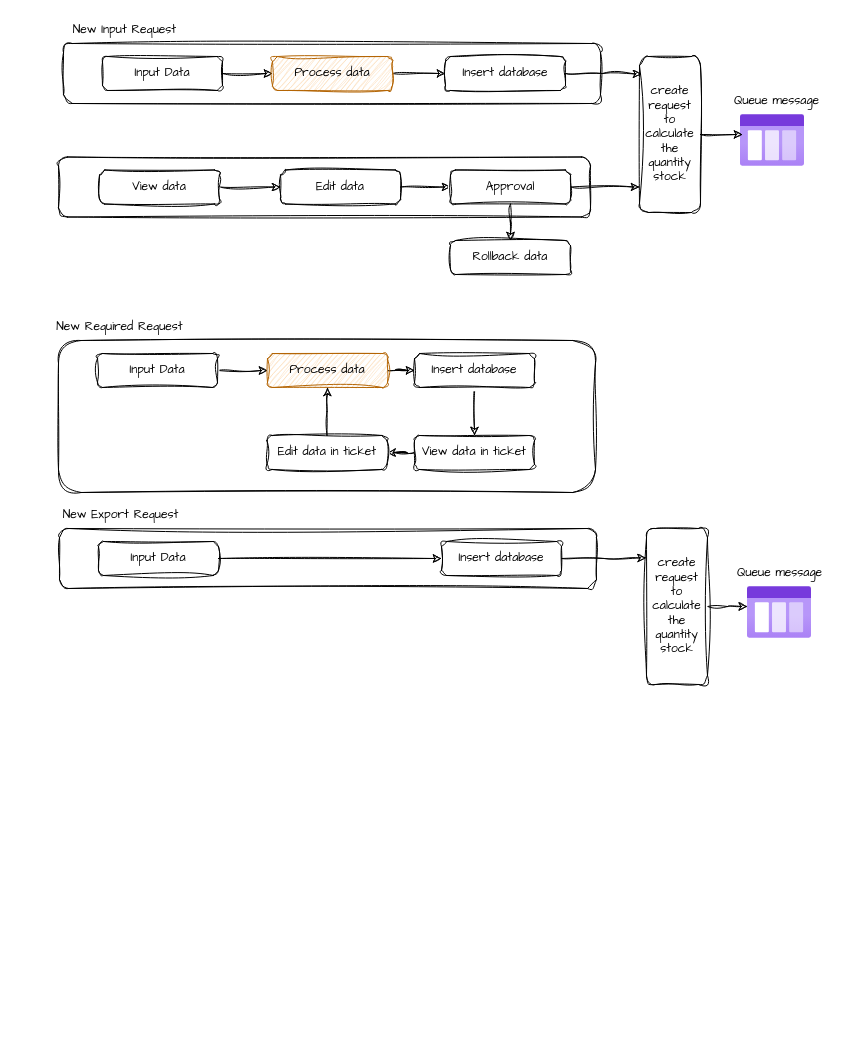
The draw.io diagram page "Tazmo Mechanism" (6 of 7) of Sketchs/MySketch.drawio in DataTeamBP/MyDrawIO, before the edit. Source tidied: cells renumbered, new cells numbered last; positions are measured from the earlier drawing's top-left corner, leaving out a move shared by most shapes. Both pictures are drawn from the tidied source at 100%, with x=0, y=0 at pixel (47, 17).
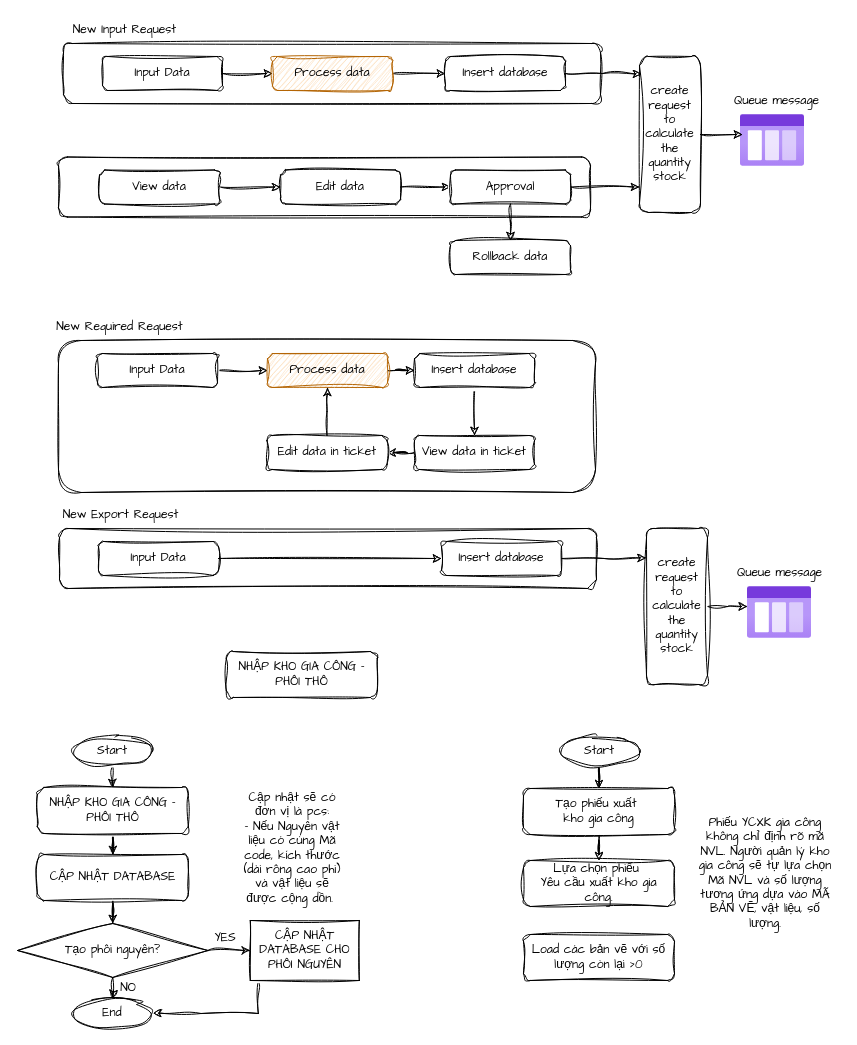
The same diagram, later.

Change to the diagram source:
```diff
@@
+    <mxCell id="45" style="edgeStyle=orthogonalEdgeStyle;rounded=0;sketch=1;hachureGap=4;jiggle=2;curveFitting=1;jettySize=auto;html=1;fontFamily=Architects Daughter;" parent="1" edge="1" source="46" target="66">
+      <mxGeometry relative="1" as="geometry" />
+    </mxCell>
+    <mxCell id="46" value="Tạo phiếu xuất&amp;nbsp;&lt;div&gt;kho gia công&lt;/div&gt;" style="rounded=1;whiteSpace=wrap;html=1;sketch=1;hachureGap=4;jiggle=2;curveFitting=1;fontFamily=Architects Daughter;" parent="1" vertex="1">
+      <mxGeometry x="476" y="771" width="151" height="46" as="geometry" />
+    </mxCell>
+    <mxCell id="47" style="edgeStyle=orthogonalEdgeStyle;rounded=0;sketch=1;hachureGap=4;jiggle=2;curveFitting=1;jettySize=auto;html=1;entryX=0.5;entryY=0;entryDx=0;entryDy=0;fontFamily=Architects Daughter;" parent="1" edge="1" source="48" target="54">
+      <mxGeometry relative="1" as="geometry" />
+    </mxCell>
+    <mxCell id="48" value="NHẬP KHO GIA CÔNG - PHÔI THÔ" style="rounded=1;whiteSpace=wrap;html=1;sketch=1;hachureGap=4;jiggle=2;curveFitting=1;fontFamily=Architects Daughter;" parent="1" vertex="1">
+      <mxGeometry x="-10.2" y="770" width="151" height="46" as="geometry" />
+    </mxCell>
+    <mxCell id="49" value="NHẬP KHO GIA CÔNG - PHÔI THÔ" style="rounded=1;whiteSpace=wrap;html=1;sketch=1;hachureGap=4;jiggle=2;curveFitting=1;fontFamily=Architects Daughter;" parent="1" vertex="1">
+      <mxGeometry x="178.8" y="634" width="151" height="46" as="geometry" />
+    </mxCell>
+    <mxCell id="50" style="edgeStyle=orthogonalEdgeStyle;rounded=0;sketch=1;hachureGap=4;jiggle=2;curveFitting=1;jettySize=auto;html=1;fontFamily=Architects Daughter;" parent="1" edge="1" source="52" target="56">
+      <mxGeometry relative="1" as="geometry" />
+    </mxCell>
+    <mxCell id="51" style="edgeStyle=orthogonalEdgeStyle;rounded=0;sketch=1;hachureGap=4;jiggle=2;curveFitting=1;jettySize=auto;html=1;fontFamily=Architects Daughter;" parent="1" edge="1" source="52" target="57">
+      <mxGeometry relative="1" as="geometry" />
+    </mxCell>
+    <mxCell id="52" value="Tạo phôi nguyên?" style="rhombus;whiteSpace=wrap;html=1;sketch=1;hachureGap=4;jiggle=2;curveFitting=1;fontFamily=Architects Daughter;" parent="1" vertex="1">
+      <mxGeometry x="-30" y="906" width="190.5" height="54" as="geometry" />
+    </mxCell>
+    <mxCell id="53" style="edgeStyle=orthogonalEdgeStyle;rounded=0;sketch=1;hachureGap=4;jiggle=2;curveFitting=1;jettySize=auto;html=1;entryX=0.5;entryY=0;entryDx=0;entryDy=0;fontFamily=Architects Daughter;" parent="1" edge="1" source="54" target="52">
+      <mxGeometry relative="1" as="geometry" />
+    </mxCell>
+    <mxCell id="54" value="CẬP NHẬT DATABASE" style="rounded=1;whiteSpace=wrap;html=1;sketch=1;hachureGap=4;jiggle=2;curveFitting=1;fontFamily=Architects Daughter;" parent="1" vertex="1">
+      <mxGeometry x="-10.2" y="837" width="151" height="46" as="geometry" />
+    </mxCell>
+    <mxCell id="55" style="edgeStyle=orthogonalEdgeStyle;rounded=0;sketch=1;hachureGap=4;jiggle=2;curveFitting=1;jettySize=auto;html=1;entryX=1;entryY=0.5;entryDx=0;entryDy=0;fontFamily=Architects Daughter;" parent="1" edge="1" source="56" target="57">
+      <mxGeometry relative="1" as="geometry">
+        <Array as="points">
+          <mxPoint x="210.8" y="996" />
+          <mxPoint x="153.8" y="996" />
+        </Array>
+      </mxGeometry>
+    </mxCell>
+    <mxCell id="56" value="CẬP NHẬT DATABASE CHO PHÔI NGUYÊN" style="whiteSpace=wrap;html=1;fontFamily=Architects Daughter;sketch=1;hachureGap=4;jiggle=2;curveFitting=1;" parent="1" vertex="1">
+      <mxGeometry x="202.8" y="903" width="109" height="60" as="geometry" />
+    </mxCell>
+    <mxCell id="57" value="End" style="ellipse;whiteSpace=wrap;html=1;fontFamily=Architects Daughter;sketch=1;hachureGap=4;jiggle=2;curveFitting=1;" parent="1" vertex="1">
+      <mxGeometry x="25.2" y="981" width="80" height="29" as="geometry" />
+    </mxCell>
+    <mxCell id="58" style="edgeStyle=orthogonalEdgeStyle;rounded=0;sketch=1;hachureGap=4;jiggle=2;curveFitting=1;jettySize=auto;html=1;entryX=0.5;entryY=0;entryDx=0;entryDy=0;fontFamily=Architects Daughter;" parent="1" edge="1" source="59" target="48">
+      <mxGeometry relative="1" as="geometry" />
+    </mxCell>
+    <mxCell id="59" value="Start" style="ellipse;whiteSpace=wrap;html=1;fontFamily=Architects Daughter;sketch=1;hachureGap=4;jiggle=2;curveFitting=1;" parent="1" vertex="1">
+      <mxGeometry x="25.2" y="719" width="80" height="29" as="geometry" />
+    </mxCell>
+    <mxCell id="60" value="YES" style="text;html=1;align=center;verticalAlign=middle;whiteSpace=wrap;rounded=0;fontFamily=Architects Daughter;" parent="1" vertex="1">
+      <mxGeometry x="147.8" y="909" width="60" height="24" as="geometry" />
+    </mxCell>
+    <mxCell id="61" value="NO" style="text;html=1;align=center;verticalAlign=middle;whiteSpace=wrap;rounded=0;fontFamily=Architects Daughter;" parent="1" vertex="1">
+      <mxGeometry x="50.8" y="960" width="60" height="21" as="geometry" />
+    </mxCell>
+    <mxCell id="62" value="Cập nhật sẽ có đơn vị là pcs:&lt;br&gt;- Nếu Nguyên vật liệu có cùng Mã code, kích thước (dài rông cao phi) và vật liệu sẽ được cộng dồn.&amp;nbsp;" style="text;html=1;align=center;verticalAlign=middle;whiteSpace=wrap;rounded=0;fontFamily=Architects Daughter;" parent="1" vertex="1">
+      <mxGeometry x="193" y="789" width="103.6" height="83" as="geometry" />
+    </mxCell>
+    <mxCell id="63" value="Phiếu YCXK gia công không chỉ định rõ mã NVL. Người quản lý kho gia công sẽ tự lựa chọn Mã NVL và số lượng tương ứng dựa vào MÃ BẢN VẼ, vật liệu, số lượng." style="text;html=1;align=center;verticalAlign=middle;whiteSpace=wrap;rounded=0;fontFamily=Architects Daughter;" parent="1" vertex="1">
+      <mxGeometry x="644" y="814" width="148" height="83" as="geometry" />
+    </mxCell>
+    <mxCell id="64" style="edgeStyle=orthogonalEdgeStyle;rounded=0;sketch=1;hachureGap=4;jiggle=2;curveFitting=1;jettySize=auto;html=1;fontFamily=Architects Daughter;" parent="1" edge="1" source="65" target="46">
+      <mxGeometry relative="1" as="geometry" />
+    </mxCell>
+    <mxCell id="65" value="Start" style="ellipse;whiteSpace=wrap;html=1;fontFamily=Architects Daughter;sketch=1;hachureGap=4;jiggle=2;curveFitting=1;" parent="1" vertex="1">
+      <mxGeometry x="511.5" y="719" width="80" height="29" as="geometry" />
+    </mxCell>
+    <mxCell id="66" value="Lựa chọn phiếu&amp;nbsp;&lt;div&gt;Yêu cầu xuất kho gia công.&lt;/div&gt;" style="rounded=1;whiteSpace=wrap;html=1;sketch=1;hachureGap=4;jiggle=2;curveFitting=1;fontFamily=Architects Daughter;" parent="1" vertex="1">
+      <mxGeometry x="476" y="843" width="151" height="46" as="geometry" />
+    </mxCell>
+    <mxCell id="67" value="Load các bản vẽ với số lượng còn lại &amp;gt;0" style="rounded=1;whiteSpace=wrap;html=1;sketch=1;hachureGap=4;jiggle=2;curveFitting=1;fontFamily=Architects Daughter;" parent="1" vertex="1">
+      <mxGeometry x="476" y="917" width="151" height="46" as="geometry" />
+    </mxCell>
```
